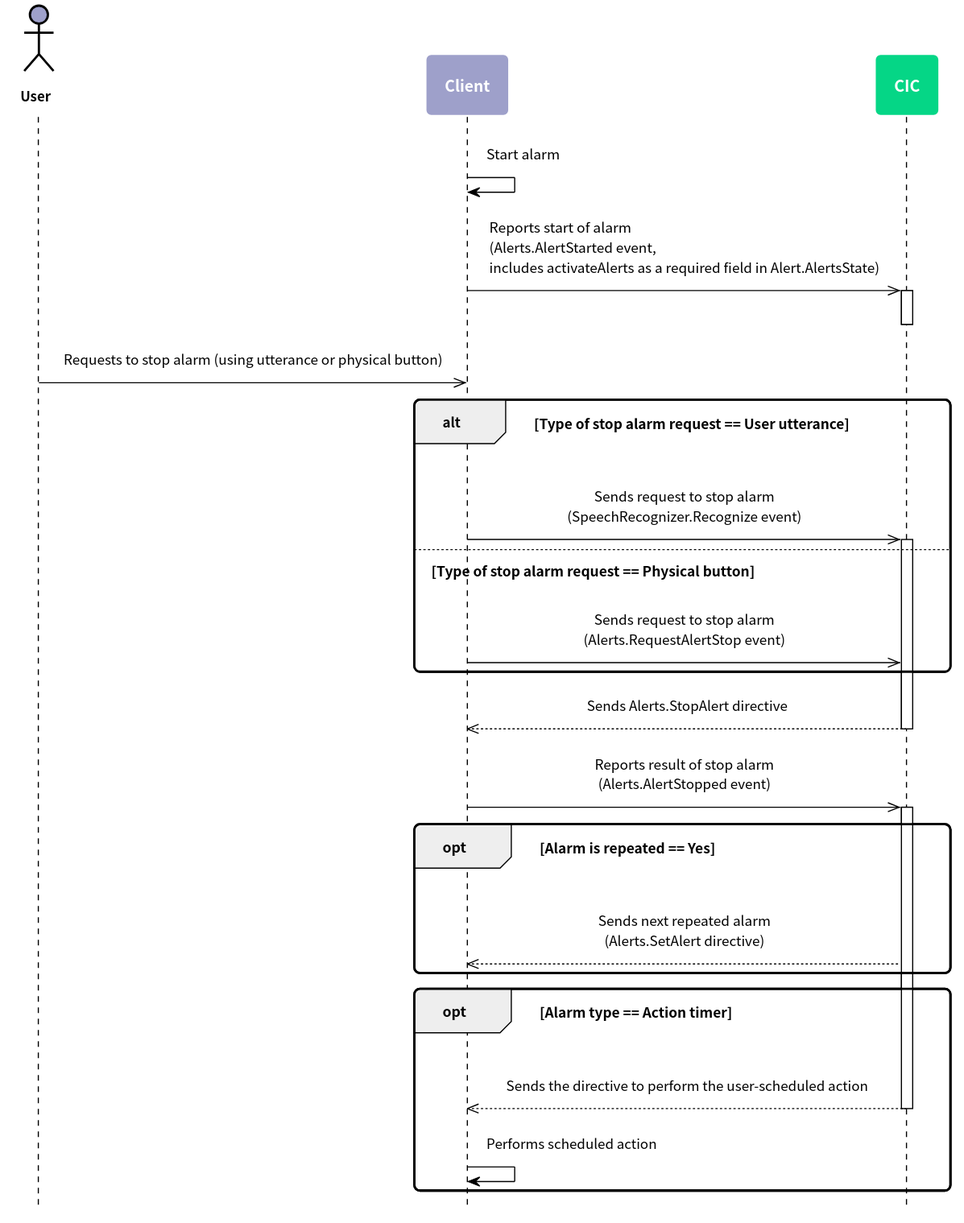
Before: en-KR/Develop/Assets/Images/CIC_Alerts_Ring_Work_Flow.svg, a diagram exported from PlantUML (muchokwon/clova-client-developer-guide).
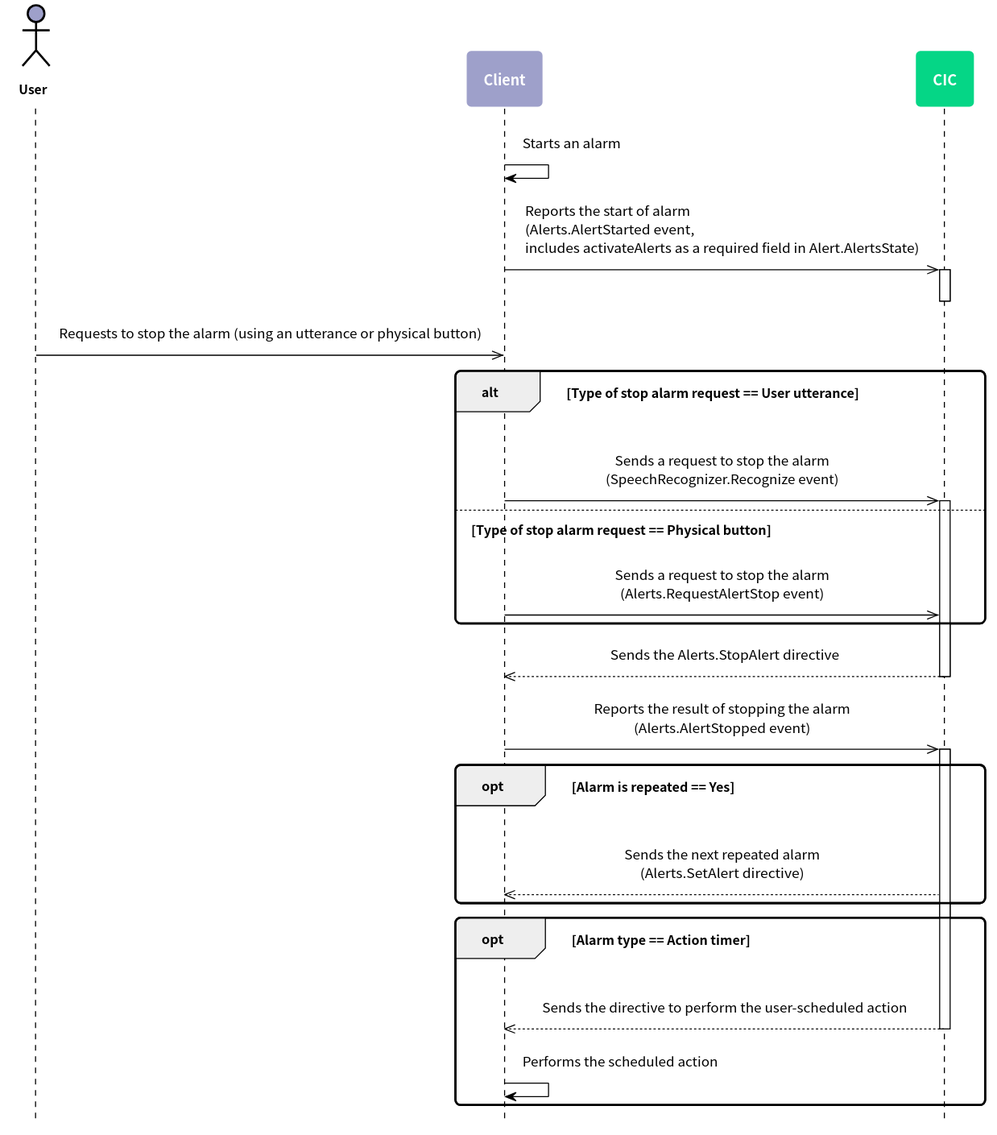
Above is the later version.

Change to the diagram source:
```diff
@@ -54,37 +54,37 @@
 participant CIC as cic #05D686
 
 
-  client -> client : Start alarm
-  client ->> cic : Reports start of alarm\n(Alerts.AlertStarted event,\lincludes activateAlerts as a required field in Alert.AlertsState)
+  client -> client : Starts an alarm
+  client ->> cic : Reports the start of alarm\n(Alerts.AlertStarted event,\lincludes activateAlerts as a required field in Alert.AlertsState)
 
   activate cic
   deactivate cic
 
-  user ->> client : Requests to stop alarm (using utterance or physical button)
+  user ->> client : Requests to stop the alarm (using an utterance or physical button)
 
   alt Type of stop alarm request == User utterance
 
-    client ->> cic : Sends request to stop alarm\n(SpeechRecognizer.Recognize event)
+    client ->> cic : Sends a request to stop the alarm\n(SpeechRecognizer.Recognize event)
 
   activate cic
 
   else Type of stop alarm request == Physical button
 
-    client ->> cic : Sends request to stop alarm\n(Alerts.RequestAlertStop event)
+    client ->> cic : Sends a request to stop the alarm\n(Alerts.RequestAlertStop event)
 
   end
 
-  cic -->> client : Sends Alerts.StopAlert directive
+  cic -->> client : Sends the Alerts.StopAlert directive
 
   deactivate cic
 
-  client ->> cic : Reports result of stop alarm\n(Alerts.AlertStopped event)
+  client ->> cic : Reports the result of stopping the alarm\n(Alerts.AlertStopped event)
 
   activate cic
 
     opt Alarm is repeated == Yes
 
-      cic -->> client : Sends next repeated alarm\n(Alerts.SetAlert directive)
+      cic -->> client : Sends the next repeated alarm\n(Alerts.SetAlert directive)
 
     end
 
@@ -94,7 +94,7 @@
 
   deactivate cic
 
-      client -> client : Performs scheduled action
+      client -> client : Performs the scheduled action
 
     end
 
```
